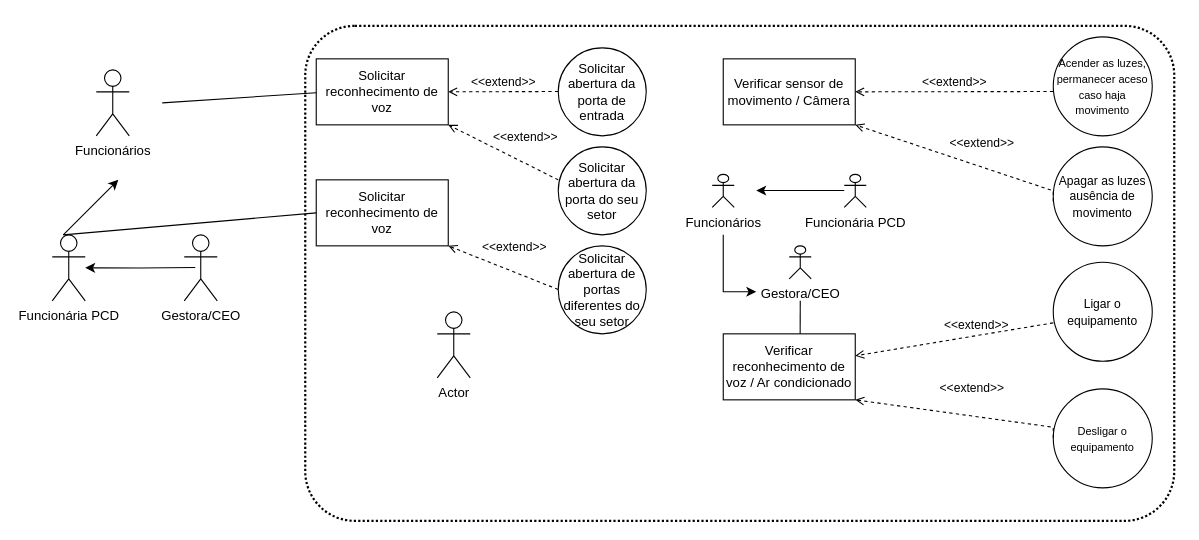
The draw.io diagram Diagrama sem nome.drawio in vwvictor/study, before the edit. Source tidied: cells renumbered, new cells numbered last; positions are measured from the earlier drawing's top-left corner, leaving out a move shared by most shapes. Both pictures are drawn from the tidied source at 110%, with x=0, y=0 at pixel (52, 25).
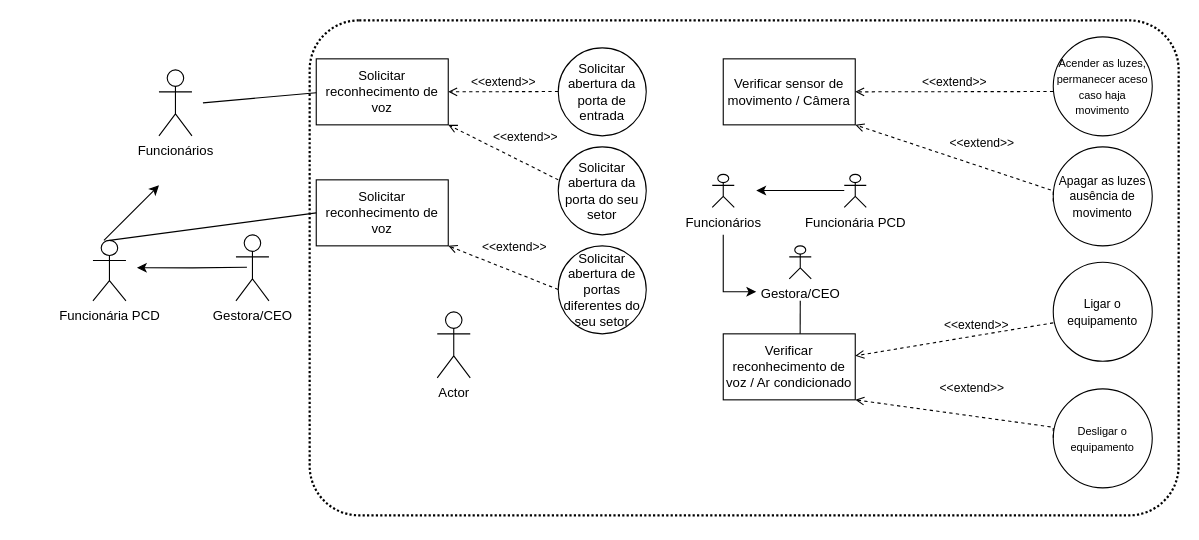
Above is the later version.

Commit message:
Diagrama Empresa BargaWork

The edit, as a diff of the source:
```diff
@@
     <mxCell id="2" value="Funcionária PCD&lt;br&gt;" style="shape=umlActor;verticalLabelPosition=bottom;verticalAlign=top;html=1;outlineConnect=0;" parent="1" vertex="1">
-      <mxGeometry y="190" width="30" height="60" as="geometry" />
+      <mxGeometry x="37" y="195" width="30" height="55" as="geometry" />
     </mxCell>
     <mxCell id="3" value="Funcionários" style="shape=umlActor;verticalLabelPosition=bottom;verticalAlign=top;html=1;" parent="1" vertex="1">
-      <mxGeometry x="40" y="40" width="30" height="60" as="geometry" />
+      <mxGeometry x="97" y="40" width="30" height="60" as="geometry" />
     </mxCell>
-    <mxCell id="4" style="edgeStyle=orthogonalEdgeStyle;rounded=0;jettySize=auto;html=1;exitX=0;exitY=0.3333333333333333;exitDx=0;exitDy=0;exitPerimeter=0;" parent="1" edge="1" target="2">
+    <mxCell id="4" style="edgeStyle=orthogonalEdgeStyle;rounded=0;orthogonalLoop=1;jettySize=auto;html=1;exitX=0;exitY=0.3333333333333333;exitDx=0;exitDy=0;exitPerimeter=0;" parent="1" edge="1">
       <mxGeometry relative="1" as="geometry">
-        <mxPoint x="130" y="219.7" as="sourcePoint" />
+        <mxPoint x="177" y="219.5" as="sourcePoint" />
+        <mxPoint x="77" y="219.9" as="targetPoint" />
       </mxGeometry>
     </mxCell>
     <mxCell id="5" value="Gestora/CEO" style="shape=umlActor;verticalLabelPosition=bottom;verticalAlign=top;html=1;" parent="1" vertex="1">
-      <mxGeometry x="120" y="190" width="30" height="60" as="geometry" />
+      <mxGeometry x="167" y="190" width="30" height="60" as="geometry" />
     </mxCell>
@@
     <mxCell id="14" style="endArrow=none;html=1;rounded=0;entryX=-0.002;entryY=0.181;entryDx=0;entryDy=0;entryPerimeter=0;" parent="1" edge="1">
       <mxGeometry relative="1" as="geometry">
-        <mxPoint x="100" y="70" as="sourcePoint" />
+        <mxPoint x="137" y="70" as="sourcePoint" />
         <mxPoint x="240" y="60.8" as="targetPoint" />
       </mxGeometry>
     </mxCell>
-    <mxCell id="15" style="endArrow=none;html=1;rounded=0;" parent="1" edge="1">
+    <mxCell id="15" style="endArrow=none;html=1;rounded=0;exitX=0.5;exitY=0;exitDx=0;exitDy=0;exitPerimeter=0;" parent="1" edge="1" source="2">
       <mxGeometry relative="1" as="geometry">
-        <mxPoint x="10" y="190" as="sourcePoint" />
         <mxPoint x="240" y="170" as="targetPoint" />
       </mxGeometry>
     </mxCell>
     <mxCell id="16" style="endArrow=classic;html=1;rounded=0;" parent="1" edge="1">
       <mxGeometry relative="1" as="geometry">
-        <mxPoint x="10" y="190" as="sourcePoint" />
-        <mxPoint x="60" y="140" as="targetPoint" />
+        <mxPoint x="47" y="195" as="sourcePoint" />
+        <mxPoint x="97" y="145" as="targetPoint" />
       </mxGeometry>
     </mxCell>
@@
     <mxCell id="34" style="rounded=1;arcSize=10;dashed=1;fillColor=none;gradientColor=none;dashPattern=1 1;strokeWidth=2;" parent="1" vertex="1">
-      <mxGeometry x="230" width="790" height="450" as="geometry" />
+      <mxGeometry x="234" y="-5" width="790" height="450" as="geometry" />
     </mxCell>
```
